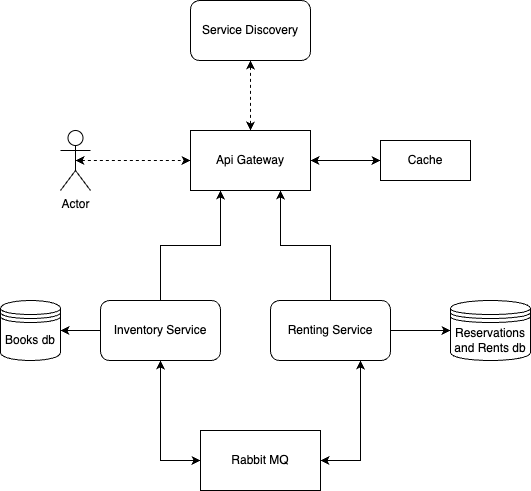
Earlier version of the draw.io export Fixtures/Architecture.png (LozovanuSilviu/Pad-labs). Source tidied: cells renumbered, new cells last; positions are measured from the earlier drawing's top-left corner, leaving out a move shared by most shapes. The source it was exported from:
```xml
<mxGraphModel>
  <root>
    <mxCell id="0" />
    <mxCell id="1" parent="0" />
    <mxCell id="2" style="edgeStyle=orthogonalEdgeStyle;rounded=0;jettySize=auto;html=1;exitX=1;exitY=0.5;exitDx=0;exitDy=0;entryX=0;entryY=0.5;entryDx=0;entryDy=0;" parent="1" edge="1" source="4" target="8">
      <mxGeometry relative="1" as="geometry" />
    </mxCell>
    <mxCell id="3" style="edgeStyle=orthogonalEdgeStyle;rounded=0;jettySize=auto;html=1;exitX=0.5;exitY=0;exitDx=0;exitDy=0;entryX=0.75;entryY=1;entryDx=0;entryDy=0;" parent="1" edge="1" source="4" target="13">
      <mxGeometry relative="1" as="geometry" />
    </mxCell>
    <mxCell id="4" value="Renting Service&lt;br&gt;" style="rounded=1;whiteSpace=wrap;html=1;" parent="1" vertex="1">
      <mxGeometry x="270" y="300" width="120" height="60" as="geometry" />
    </mxCell>
    <mxCell id="5" style="edgeStyle=orthogonalEdgeStyle;rounded=0;jettySize=auto;html=1;exitX=0;exitY=0.5;exitDx=0;exitDy=0;entryX=1;entryY=0.5;entryDx=0;entryDy=0;" parent="1" edge="1" source="7" target="9">
      <mxGeometry relative="1" as="geometry" />
    </mxCell>
    <mxCell id="6" style="edgeStyle=orthogonalEdgeStyle;rounded=0;jettySize=auto;html=1;exitX=0.5;exitY=0;exitDx=0;exitDy=0;entryX=0.25;entryY=1;entryDx=0;entryDy=0;" parent="1" edge="1" source="7" target="13">
      <mxGeometry relative="1" as="geometry" />
    </mxCell>
    <mxCell id="7" value="Inventory Service&lt;br&gt;" style="rounded=1;whiteSpace=wrap;html=1;" parent="1" vertex="1">
      <mxGeometry x="100" y="300" width="120" height="60" as="geometry" />
    </mxCell>
    <mxCell id="8" value="Reservations and Rents db&lt;br&gt;" style="shape=datastore;whiteSpace=wrap;html=1;" parent="1" vertex="1">
      <mxGeometry x="450" y="300" width="80" height="60" as="geometry" />
    </mxCell>
    <mxCell id="9" value="Books db" style="shape=datastore;whiteSpace=wrap;html=1;" parent="1" vertex="1">
      <mxGeometry y="300" width="60" height="60" as="geometry" />
    </mxCell>
    <mxCell id="10" value="Rabbit MQ" style="rounded=0;whiteSpace=wrap;html=1;" parent="1" vertex="1">
      <mxGeometry x="200" y="430" width="120" height="60" as="geometry" />
    </mxCell>
    <mxCell id="11" style="endArrow=classic;startArrow=classic;html=1;rounded=0;exitX=0.5;exitY=1;exitDx=0;exitDy=0;entryX=0;entryY=0.5;entryDx=0;entryDy=0;" parent="1" edge="1" source="7" target="10">
      <mxGeometry relative="1" as="geometry">
        <Array as="points">
          <mxPoint x="160" y="460" />
        </Array>
      </mxGeometry>
    </mxCell>
    <mxCell id="12" style="endArrow=classic;startArrow=classic;html=1;rounded=0;exitX=1;exitY=0.5;exitDx=0;exitDy=0;entryX=0.75;entryY=1;entryDx=0;entryDy=0;" parent="1" edge="1" source="10" target="4">
      <mxGeometry relative="1" as="geometry">
        <Array as="points">
          <mxPoint x="360" y="460" />
        </Array>
      </mxGeometry>
    </mxCell>
    <mxCell id="13" value="Api Gateway" style="rounded=0;whiteSpace=wrap;html=1;" parent="1" vertex="1">
      <mxGeometry x="190" y="130" width="120" height="60" as="geometry" />
    </mxCell>
    <mxCell id="14" value="Cache" style="rounded=0;whiteSpace=wrap;html=1;" parent="1" vertex="1">
      <mxGeometry x="380" y="140" width="90" height="40" as="geometry" />
    </mxCell>
    <mxCell id="15" style="endArrow=classic;startArrow=classic;html=1;rounded=0;entryX=0;entryY=0.5;entryDx=0;entryDy=0;exitX=1;exitY=0.5;exitDx=0;exitDy=0;" parent="1" edge="1" source="13" target="14">
      <mxGeometry relative="1" as="geometry" />
    </mxCell>
    <mxCell id="16" style="edgeStyle=orthogonalEdgeStyle;rounded=0;jettySize=auto;html=1;exitX=0.5;exitY=0.5;exitDx=0;exitDy=0;exitPerimeter=0;entryX=0;entryY=0.5;entryDx=0;entryDy=0;dashed=1;startArrow=classic;startFill=1;" parent="1" edge="1" source="17" target="13">
      <mxGeometry relative="1" as="geometry" />
    </mxCell>
    <mxCell id="17" value="Actor" style="shape=umlActor;verticalLabelPosition=bottom;verticalAlign=top;html=1;" parent="1" vertex="1">
      <mxGeometry x="60" y="130" width="30" height="60" as="geometry" />
    </mxCell>
    <mxCell id="18" value="Service Discovery" style="rounded=1;whiteSpace=wrap;html=1;" parent="1" vertex="1">
      <mxGeometry x="190" width="120" height="60" as="geometry" />
    </mxCell>
    <mxCell id="19" style="edgeStyle=orthogonalEdgeStyle;rounded=0;jettySize=auto;html=1;entryX=0.5;entryY=0;entryDx=0;entryDy=0;dashed=1;startArrow=classic;startFill=1;exitX=0.5;exitY=1;exitDx=0;exitDy=0;" parent="1" edge="1" source="18" target="13">
      <mxGeometry relative="1" as="geometry" />
    </mxCell>
  </root>
</mxGraphModel>
```
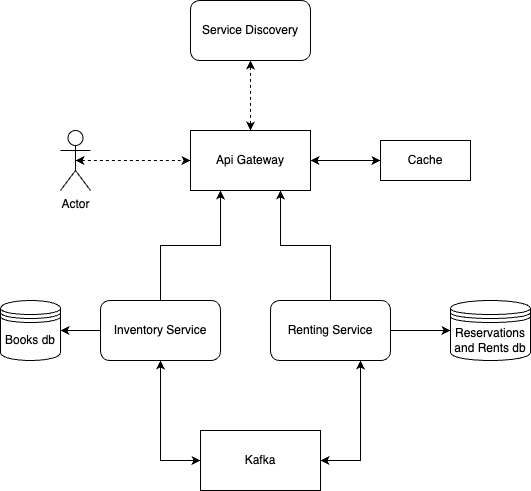
Later version of the same file.

Diff of the diagram source:
```diff
@@ -26,7 +26,7 @@
     <mxCell id="9" value="Books db" style="shape=datastore;whiteSpace=wrap;html=1;" parent="1" vertex="1">
       <mxGeometry y="300" width="60" height="60" as="geometry" />
     </mxCell>
-    <mxCell id="10" value="Rabbit MQ" style="rounded=0;whiteSpace=wrap;html=1;" parent="1" vertex="1">
+    <mxCell id="10" value="Kafka" style="rounded=0;whiteSpace=wrap;html=1;" parent="1" vertex="1">
       <mxGeometry x="200" y="430" width="120" height="60" as="geometry" />
     </mxCell>
     <mxCell id="11" style="endArrow=classic;startArrow=classic;html=1;rounded=0;exitX=0.5;exitY=1;exitDx=0;exitDy=0;entryX=0;entryY=0.5;entryDx=0;entryDy=0;" parent="1" edge="1" source="7" target="10">
```
